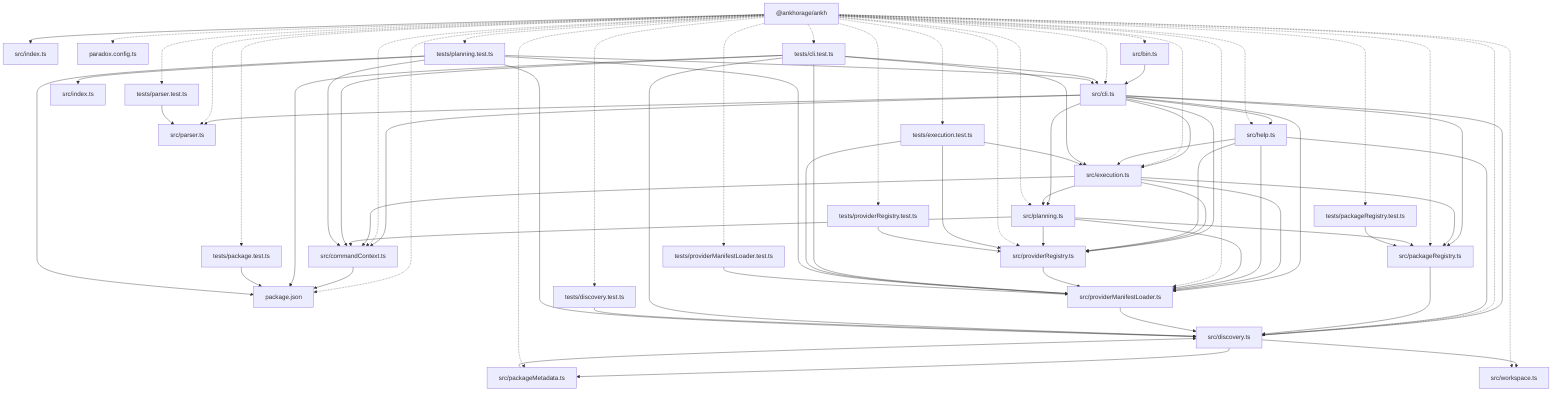
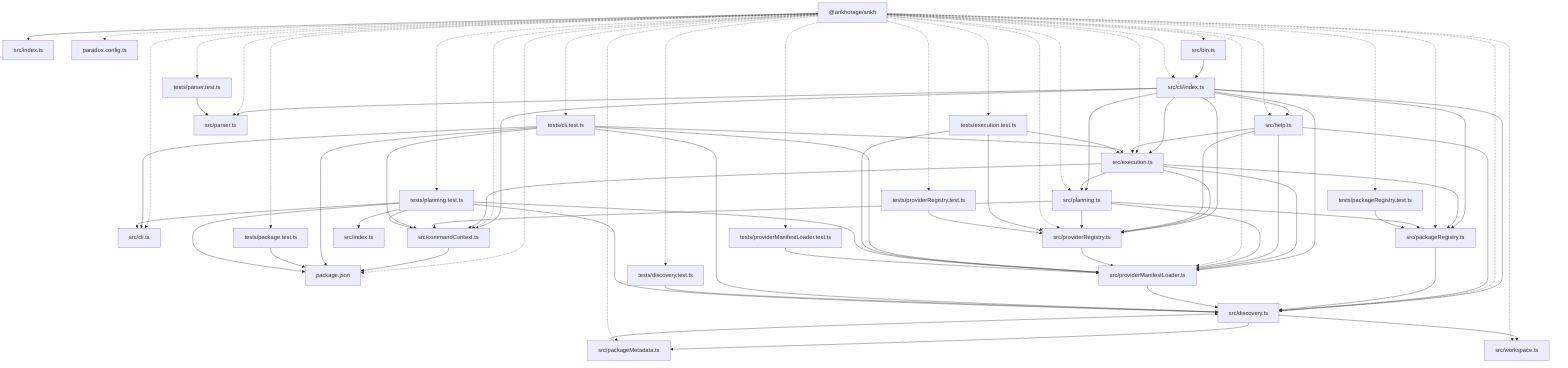
graph TD
  package__ankhorage_ankh["@ankhorage/ankh"]
  entrypoint_src_index_ts["src/index.ts"]
  package__ankhorage_ankh --> entrypoint_src_index_ts
  module_package_json["package.json"]
  package__ankhorage_ankh -.-> module_package_json
  module_paradox_config_ts["paradox.config.ts"]
  package__ankhorage_ankh -.-> module_paradox_config_ts
  module_src_bin_ts["src/bin.ts"]
  package__ankhorage_ankh -.-> module_src_bin_ts
-   module_src_bin_ts --> module_src_cli_ts
+   module_src_bin_ts --> module_src_cli_index_ts
  module_src_cli_ts["src/cli.ts"]
  package__ankhorage_ankh -.-> module_src_cli_ts
-   module_src_cli_ts --> module_src_commandContext_ts
-   module_src_cli_ts --> module_src_discovery_ts
-   module_src_cli_ts --> module_src_execution_ts
-   module_src_cli_ts --> module_src_help_ts
-   module_src_cli_ts --> module_src_packageRegistry_ts
-   module_src_cli_ts --> module_src_parser_ts
-   module_src_cli_ts --> module_src_planning_ts
-   module_src_cli_ts --> module_src_providerManifestLoader_ts
-   module_src_cli_ts --> module_src_providerRegistry_ts
+   module_src_cli_index_ts["src/cli/index.ts"]
+   package__ankhorage_ankh -.-> module_src_cli_index_ts
+   module_src_cli_index_ts --> module_src_commandContext_ts
+   module_src_cli_index_ts --> module_src_discovery_ts
+   module_src_cli_index_ts --> module_src_execution_ts
+   module_src_cli_index_ts --> module_src_help_ts
+   module_src_cli_index_ts --> module_src_packageRegistry_ts
+   module_src_cli_index_ts --> module_src_parser_ts
+   module_src_cli_index_ts --> module_src_planning_ts
+   module_src_cli_index_ts --> module_src_providerManifestLoader_ts
+   module_src_cli_index_ts --> module_src_providerRegistry_ts
  module_src_commandContext_ts["src/commandContext.ts"]
  package__ankhorage_ankh -.-> module_src_commandContext_ts
  module_src_commandContext_ts --> module_package_json
  module_src_discovery_ts["src/discovery.ts"]
  package__ankhorage_ankh -.-> module_src_discovery_ts
  module_src_discovery_ts --> module_src_packageMetadata_ts
  module_src_discovery_ts --> module_src_workspace_ts
  module_src_execution_ts["src/execution.ts"]
  package__ankhorage_ankh -.-> module_src_execution_ts
  module_src_execution_ts --> module_src_commandContext_ts
  module_src_execution_ts --> module_src_packageRegistry_ts
  module_src_execution_ts --> module_src_planning_ts
  module_src_execution_ts --> module_src_providerManifestLoader_ts
  module_src_execution_ts --> module_src_providerRegistry_ts
  module_src_help_ts["src/help.ts"]
  package__ankhorage_ankh -.-> module_src_help_ts
  module_src_help_ts --> module_src_discovery_ts
  module_src_help_ts --> module_src_execution_ts
  module_src_help_ts --> module_src_providerManifestLoader_ts
  module_src_help_ts --> module_src_providerRegistry_ts
  module_src_index_ts["src/index.ts"]
  module_src_packageMetadata_ts["src/packageMetadata.ts"]
  package__ankhorage_ankh -.-> module_src_packageMetadata_ts
  module_src_packageMetadata_ts --> module_src_discovery_ts
  module_src_packageRegistry_ts["src/packageRegistry.ts"]
  package__ankhorage_ankh -.-> module_src_packageRegistry_ts
  module_src_packageRegistry_ts --> module_src_discovery_ts
  module_src_parser_ts["src/parser.ts"]
  package__ankhorage_ankh -.-> module_src_parser_ts
  module_src_planning_ts["src/planning.ts"]
  package__ankhorage_ankh -.-> module_src_planning_ts
  module_src_planning_ts --> module_src_commandContext_ts
  module_src_planning_ts --> module_src_packageRegistry_ts
  module_src_planning_ts --> module_src_providerManifestLoader_ts
  module_src_planning_ts --> module_src_providerRegistry_ts
  module_src_providerManifestLoader_ts["src/providerManifestLoader.ts"]
  package__ankhorage_ankh -.-> module_src_providerManifestLoader_ts
  module_src_providerManifestLoader_ts --> module_src_discovery_ts
  module_src_providerRegistry_ts["src/providerRegistry.ts"]
  package__ankhorage_ankh -.-> module_src_providerRegistry_ts
  module_src_providerRegistry_ts --> module_src_providerManifestLoader_ts
  module_src_workspace_ts["src/workspace.ts"]
  package__ankhorage_ankh -.-> module_src_workspace_ts
  module_tests_cli_test_ts["tests/cli.test.ts"]
  package__ankhorage_ankh -.-> module_tests_cli_test_ts
  module_tests_cli_test_ts --> module_package_json
  module_tests_cli_test_ts --> module_src_cli_ts
  module_tests_cli_test_ts --> module_src_commandContext_ts
  module_tests_cli_test_ts --> module_src_discovery_ts
  module_tests_cli_test_ts --> module_src_execution_ts
  module_tests_cli_test_ts --> module_src_providerManifestLoader_ts
  module_tests_discovery_test_ts["tests/discovery.test.ts"]
  package__ankhorage_ankh -.-> module_tests_discovery_test_ts
  module_tests_discovery_test_ts --> module_src_discovery_ts
  module_tests_execution_test_ts["tests/execution.test.ts"]
  package__ankhorage_ankh -.-> module_tests_execution_test_ts
  module_tests_execution_test_ts --> module_src_execution_ts
  module_tests_execution_test_ts --> module_src_providerManifestLoader_ts
  module_tests_execution_test_ts --> module_src_providerRegistry_ts
  module_tests_package_test_ts["tests/package.test.ts"]
  package__ankhorage_ankh -.-> module_tests_package_test_ts
  module_tests_package_test_ts --> module_package_json
  module_tests_packageRegistry_test_ts["tests/packageRegistry.test.ts"]
  package__ankhorage_ankh -.-> module_tests_packageRegistry_test_ts
  module_tests_packageRegistry_test_ts --> module_src_packageRegistry_ts
  module_tests_parser_test_ts["tests/parser.test.ts"]
  package__ankhorage_ankh -.-> module_tests_parser_test_ts
  module_tests_parser_test_ts --> module_src_parser_ts
  module_tests_planning_test_ts["tests/planning.test.ts"]
  package__ankhorage_ankh -.-> module_tests_planning_test_ts
  module_tests_planning_test_ts --> module_package_json
  module_tests_planning_test_ts --> module_src_cli_ts
  module_tests_planning_test_ts --> module_src_commandContext_ts
  module_tests_planning_test_ts --> module_src_discovery_ts
  module_tests_planning_test_ts --> module_src_index_ts
  module_tests_planning_test_ts --> module_src_providerManifestLoader_ts
  module_tests_providerManifestLoader_test_ts["tests/providerManifestLoader.test.ts"]
  package__ankhorage_ankh -.-> module_tests_providerManifestLoader_test_ts
  module_tests_providerManifestLoader_test_ts --> module_src_providerManifestLoader_ts
  module_tests_providerRegistry_test_ts["tests/providerRegistry.test.ts"]
  package__ankhorage_ankh -.-> module_tests_providerRegistry_test_ts
  module_tests_providerRegistry_test_ts --> module_src_providerRegistry_ts
